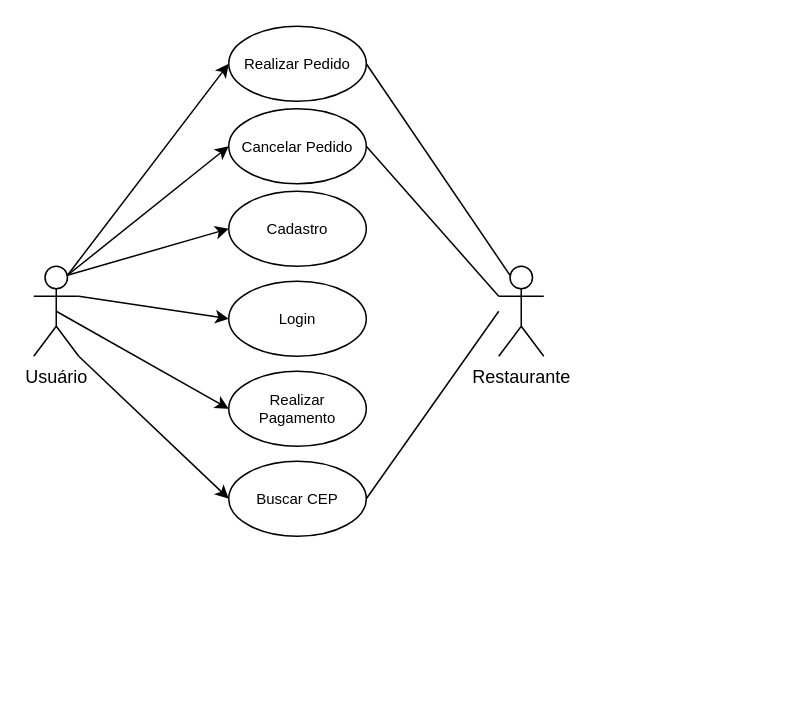
Earlier version of the draw.io diagram page "UML - Casos de Uso" (1 of 3) of DevOps/Modelagem de Software.drawio (LucasBO7/senai-curso-repos-semestre-4). Source tidied: cells renumbered, new cells numbered last; positions are measured from the earlier drawing's top-left corner, leaving out a move shared by most shapes. Both pictures are drawn from the tidied source at 150%, with x=0, y=0 at pixel (33, 26).
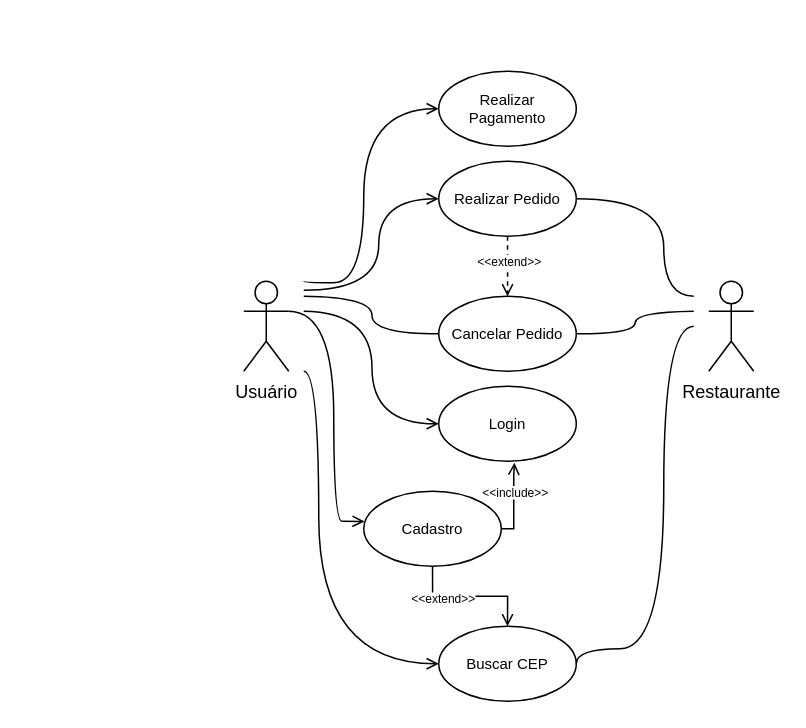
The same diagram, later.

What changed in the source:
```diff
@@
-    <mxCell id="2" style="rounded=0;jettySize=auto;html=1;exitX=0.75;exitY=0.1;exitDx=0;exitDy=0;exitPerimeter=0;entryX=0;entryY=0.5;entryDx=0;entryDy=0;" parent="1" edge="1" source="8" target="9">
-      <mxGeometry relative="1" as="geometry" />
+    <mxCell id="2" style="rounded=0;jettySize=auto;html=1;entryX=0;entryY=0.5;entryDx=0;entryDy=0;edgeStyle=orthogonalEdgeStyle;curved=1;endArrow=open;endFill=0;" parent="1" edge="1" target="9">
+      <mxGeometry relative="1" as="geometry">
+        <mxPoint x="180" y="176" as="sourcePoint" />
+        <Array as="points">
+          <mxPoint x="230" y="176" />
+          <mxPoint x="230" y="115" />
+        </Array>
+      </mxGeometry>
     </mxCell>
-    <mxCell id="3" style="rounded=0;jettySize=auto;html=1;exitX=0.75;exitY=0.1;exitDx=0;exitDy=0;exitPerimeter=0;entryX=0;entryY=0.5;entryDx=0;entryDy=0;" parent="1" edge="1" source="8" target="12">
-      <mxGeometry relative="1" as="geometry" />
+    <mxCell id="3" style="rounded=0;jettySize=auto;html=1;entryX=0;entryY=0.5;entryDx=0;entryDy=0;edgeStyle=orthogonalEdgeStyle;curved=1;endArrow=none;endFill=0;" parent="1" edge="1" target="12">
+      <mxGeometry relative="1" as="geometry">
+        <mxPoint x="180" y="180" as="sourcePoint" />
+      </mxGeometry>
     </mxCell>
-    <mxCell id="4" style="rounded=0;jettySize=auto;html=1;exitX=0.75;exitY=0.1;exitDx=0;exitDy=0;exitPerimeter=0;entryX=0;entryY=0.5;entryDx=0;entryDy=0;" parent="1" edge="1" source="8" target="14">
-      <mxGeometry relative="1" as="geometry" />
+    <mxCell id="4" style="rounded=0;jettySize=auto;html=1;entryX=0;entryY=0.5;entryDx=0;entryDy=0;edgeStyle=orthogonalEdgeStyle;curved=1;endArrow=open;endFill=0;" parent="1" edge="1" target="14">
+      <mxGeometry relative="1" as="geometry">
+        <mxPoint x="180" y="190" as="sourcePoint" />
+      </mxGeometry>
     </mxCell>
-    <mxCell id="5" style="rounded=0;jettySize=auto;html=1;exitX=1;exitY=0.3333333333333333;exitDx=0;exitDy=0;exitPerimeter=0;entryX=0;entryY=0.5;entryDx=0;entryDy=0;" parent="1" edge="1" source="8" target="15">
-      <mxGeometry relative="1" as="geometry" />
+    <mxCell id="5" style="rounded=0;jettySize=auto;html=1;exitX=1;exitY=0.3333333333333333;exitDx=0;exitDy=0;exitPerimeter=0;entryX=0.006;entryY=0.404;entryDx=0;entryDy=0;edgeStyle=orthogonalEdgeStyle;curved=1;endArrow=open;endFill=0;entryPerimeter=0;" parent="1" edge="1" source="8" target="15">
+      <mxGeometry relative="1" as="geometry">
+        <Array as="points">
+          <mxPoint x="200" y="190" />
+          <mxPoint x="200" y="330" />
+          <mxPoint x="211" y="330" />
+        </Array>
+      </mxGeometry>
     </mxCell>
-    <mxCell id="6" style="rounded=0;jettySize=auto;html=1;exitX=0.5;exitY=0.5;exitDx=0;exitDy=0;exitPerimeter=0;entryX=0;entryY=0.5;entryDx=0;entryDy=0;" parent="1" edge="1" source="8" target="16">
-      <mxGeometry relative="1" as="geometry" />
+    <mxCell id="6" style="rounded=0;jettySize=auto;html=1;entryX=0;entryY=0.5;entryDx=0;entryDy=0;edgeStyle=orthogonalEdgeStyle;curved=1;endArrow=open;endFill=0;" parent="1" edge="1" target="16">
+      <mxGeometry relative="1" as="geometry">
+        <mxPoint x="180" y="170" as="sourcePoint" />
+        <Array as="points">
+          <mxPoint x="220" y="171" />
+          <mxPoint x="220" y="55" />
+        </Array>
+      </mxGeometry>
     </mxCell>
-    <mxCell id="7" style="rounded=0;jettySize=auto;html=1;exitX=1;exitY=1;exitDx=0;exitDy=0;exitPerimeter=0;entryX=0;entryY=0.5;entryDx=0;entryDy=0;" parent="1" edge="1" source="8" target="17">
-      <mxGeometry relative="1" as="geometry" />
+    <mxCell id="7" style="rounded=0;jettySize=auto;html=1;entryX=0;entryY=0.5;entryDx=0;entryDy=0;edgeStyle=orthogonalEdgeStyle;curved=1;endArrow=open;endFill=0;" parent="1" edge="1" target="17">
+      <mxGeometry relative="1" as="geometry">
+        <mxPoint x="180" y="230" as="sourcePoint" />
+        <Array as="points">
+          <mxPoint x="190" y="230" />
+          <mxPoint x="190" y="425" />
+        </Array>
+      </mxGeometry>
     </mxCell>
     <mxCell id="8" value="Usuário" style="shape=umlActor;verticalLabelPosition=bottom;verticalAlign=top;html=1;outlineConnect=0;" parent="1" vertex="1">
-      <mxGeometry y="160" width="30" height="60" as="geometry" />
+      <mxGeometry x="140" y="170" width="30" height="60" as="geometry" />
     </mxCell>
+    <mxCell id="19" style="edgeStyle=orthogonalEdgeStyle;rounded=0;jettySize=auto;html=1;entryX=0.5;entryY=0;entryDx=0;entryDy=0;endArrow=open;endFill=0;dashed=1;" parent="1" edge="1" source="9" target="12">
+      <mxGeometry relative="1" as="geometry" />
+    </mxCell>
+    <mxCell id="20" value="&amp;lt;&amp;lt;extend&amp;gt;&amp;gt;" style="edgeLabel;html=1;align=center;verticalAlign=middle;fontSize=8;" parent="19" vertex="1">
+      <mxGeometry x="-0.13" y="1" relative="1" as="geometry" />
+    </mxCell>
     <mxCell id="9" value="Realizar Pedido" style="ellipse;whiteSpace=wrap;html=1;fontSize=10;" parent="1" vertex="1">
-      <mxGeometry x="130" width="91.7" height="50" as="geometry" />
+      <mxGeometry x="270" y="90" width="91.7" height="50" as="geometry" />
     </mxCell>
     <mxCell id="10" value="Restaurante" style="shape=umlActor;verticalLabelPosition=bottom;verticalAlign=top;html=1;outlineConnect=0;" parent="1" vertex="1">
-      <mxGeometry x="310" y="160" width="30" height="60" as="geometry" />
+      <mxGeometry x="450" y="170" width="30" height="60" as="geometry" />
     </mxCell>
-    <mxCell id="11" style="rounded=0;jettySize=auto;html=1;exitX=1;exitY=0.5;exitDx=0;exitDy=0;entryX=0.25;entryY=0.1;entryDx=0;entryDy=0;entryPerimeter=0;endArrow=none;endFill=0;" parent="1" edge="1" source="9" target="10">
-      <mxGeometry relative="1" as="geometry" />
+    <mxCell id="11" style="rounded=0;jettySize=auto;html=1;exitX=1;exitY=0.5;exitDx=0;exitDy=0;endArrow=none;endFill=0;edgeStyle=orthogonalEdgeStyle;curved=1;" parent="1" edge="1" source="9">
+      <mxGeometry relative="1" as="geometry">
+        <mxPoint x="440" y="180" as="targetPoint" />
+        <Array as="points">
+          <mxPoint x="420" y="115" />
+          <mxPoint x="420" y="180" />
+        </Array>
+      </mxGeometry>
     </mxCell>
     <mxCell id="12" value="Cancelar Pedido" style="ellipse;whiteSpace=wrap;html=1;fontSize=10;" parent="1" vertex="1">
-      <mxGeometry x="130" y="55" width="91.7" height="50" as="geometry" />
+      <mxGeometry x="270" y="180" width="91.7" height="50" as="geometry" />
     </mxCell>
-    <mxCell id="13" style="rounded=0;jettySize=auto;html=1;exitX=1;exitY=0.5;exitDx=0;exitDy=0;entryX=0;entryY=0.3333333333333333;entryDx=0;entryDy=0;entryPerimeter=0;endArrow=none;endFill=0;" parent="1" edge="1" source="12" target="10">
-      <mxGeometry relative="1" as="geometry" />
+    <mxCell id="13" style="rounded=0;jettySize=auto;html=1;exitX=1;exitY=0.5;exitDx=0;exitDy=0;endArrow=none;endFill=0;edgeStyle=orthogonalEdgeStyle;curved=1;" parent="1" edge="1" source="12">
+      <mxGeometry relative="1" as="geometry">
+        <mxPoint x="440" y="190" as="targetPoint" />
+      </mxGeometry>
     </mxCell>
-    <mxCell id="14" value="Cadastro" style="ellipse;whiteSpace=wrap;html=1;fontSize=10;" parent="1" vertex="1">
-      <mxGeometry x="130" y="110" width="91.7" height="50" as="geometry" />
+    <mxCell id="14" value="Login" style="ellipse;whiteSpace=wrap;html=1;fontSize=10;" parent="1" vertex="1">
+      <mxGeometry x="270" y="240" width="91.7" height="50" as="geometry" />
     </mxCell>
+    <mxCell id="21" style="edgeStyle=orthogonalEdgeStyle;rounded=0;jettySize=auto;html=1;entryX=0.5;entryY=0;entryDx=0;entryDy=0;endArrow=open;endFill=0;" parent="1" edge="1" source="15" target="17">
+      <mxGeometry relative="1" as="geometry" />
+    </mxCell>
+    <mxCell id="22" value="&amp;lt;&amp;lt;extend&amp;gt;&amp;gt;" style="edgeLabel;html=1;align=center;verticalAlign=middle;fontSize=8;" parent="21" vertex="1">
+      <mxGeometry x="-0.4" y="-1" relative="1" as="geometry" />
+    </mxCell>
-    <mxCell id="15" value="Login" style="ellipse;whiteSpace=wrap;html=1;fontSize=10;" parent="1" vertex="1">
-      <mxGeometry x="130" y="170" width="91.7" height="50" as="geometry" />
+    <mxCell id="15" value="Cadastro" style="ellipse;whiteSpace=wrap;html=1;fontSize=10;" parent="1" vertex="1">
+      <mxGeometry x="220" y="310" width="91.7" height="50" as="geometry" />
     </mxCell>
     <mxCell id="16" value="Realizar Pagamento" style="ellipse;whiteSpace=wrap;html=1;fontSize=10;" parent="1" vertex="1">
-      <mxGeometry x="130" y="230" width="91.7" height="50" as="geometry" />
+      <mxGeometry x="270" y="30" width="91.7" height="50" as="geometry" />
     </mxCell>
     <mxCell id="17" value="Buscar CEP" style="ellipse;whiteSpace=wrap;html=1;fontSize=10;" parent="1" vertex="1">
-      <mxGeometry x="130" y="290" width="91.7" height="50" as="geometry" />
+      <mxGeometry x="270" y="400" width="91.7" height="50" as="geometry" />
     </mxCell>
-    <mxCell id="18" style="rounded=0;jettySize=auto;html=1;exitX=1;exitY=0.5;exitDx=0;exitDy=0;endArrow=none;endFill=0;" parent="1" edge="1" source="17">
+    <mxCell id="18" style="rounded=0;jettySize=auto;html=1;exitX=1;exitY=0.5;exitDx=0;exitDy=0;endArrow=none;endFill=0;edgeStyle=orthogonalEdgeStyle;curved=1;" parent="1" edge="1" source="17">
       <mxGeometry relative="1" as="geometry">
-        <mxPoint x="310" y="190" as="targetPoint" />
+        <mxPoint x="440" y="200" as="targetPoint" />
+        <Array as="points">
+          <mxPoint x="420" y="415" />
+          <mxPoint x="420" y="200" />
+        </Array>
       </mxGeometry>
     </mxCell>
+    <mxCell id="23" style="edgeStyle=orthogonalEdgeStyle;rounded=0;jettySize=auto;html=1;entryX=0.55;entryY=1.02;entryDx=0;entryDy=0;entryPerimeter=0;exitX=1;exitY=0.5;exitDx=0;exitDy=0;endArrow=open;endFill=0;" parent="1" edge="1" source="15" target="14">
+      <mxGeometry relative="1" as="geometry">
+        <Array as="points">
+          <mxPoint x="320" y="335" />
+          <mxPoint x="320" y="300" />
+          <mxPoint x="320" y="300" />
+        </Array>
+      </mxGeometry>
+    </mxCell>
+    <mxCell id="24" value="&amp;lt;&amp;lt;include&amp;gt;&amp;gt;" style="edgeLabel;html=1;align=center;verticalAlign=middle;fontSize=8;" parent="23" vertex="1">
+      <mxGeometry x="0.14" relative="1" as="geometry">
+        <mxPoint y="-3" as="offset" />
+      </mxGeometry>
+    </mxCell>
```
